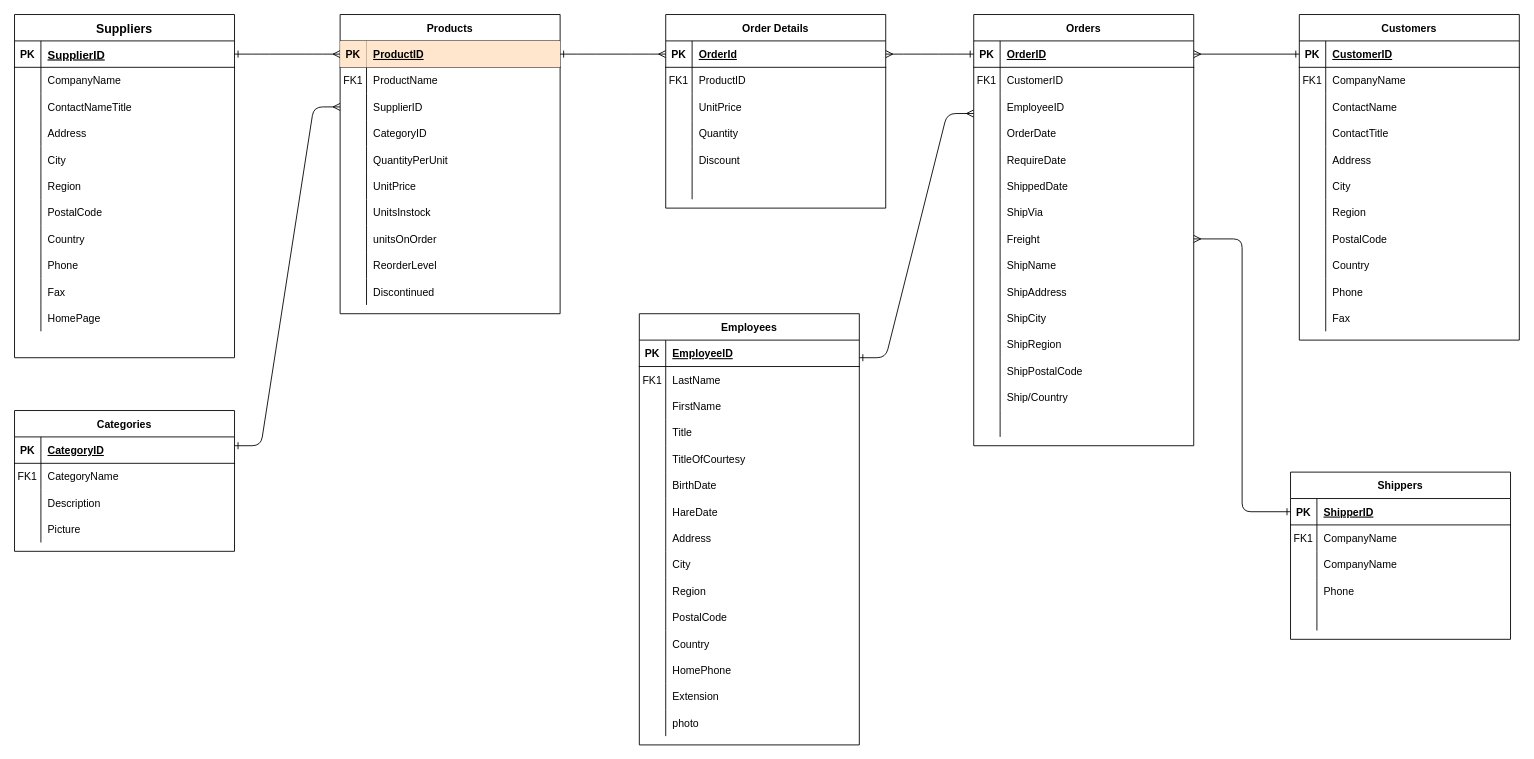
This is entity Diagram.drawio from nattapon62/ER_diagram, a draw.io file, before an edit. Source tidied: cells renumbered, new cells numbered last; positions are measured from the earlier drawing's top-left corner, leaving out a move shared by most shapes. Both pictures are drawn from the tidied source at 88%, with x=0, y=0 at pixel (14, 14).
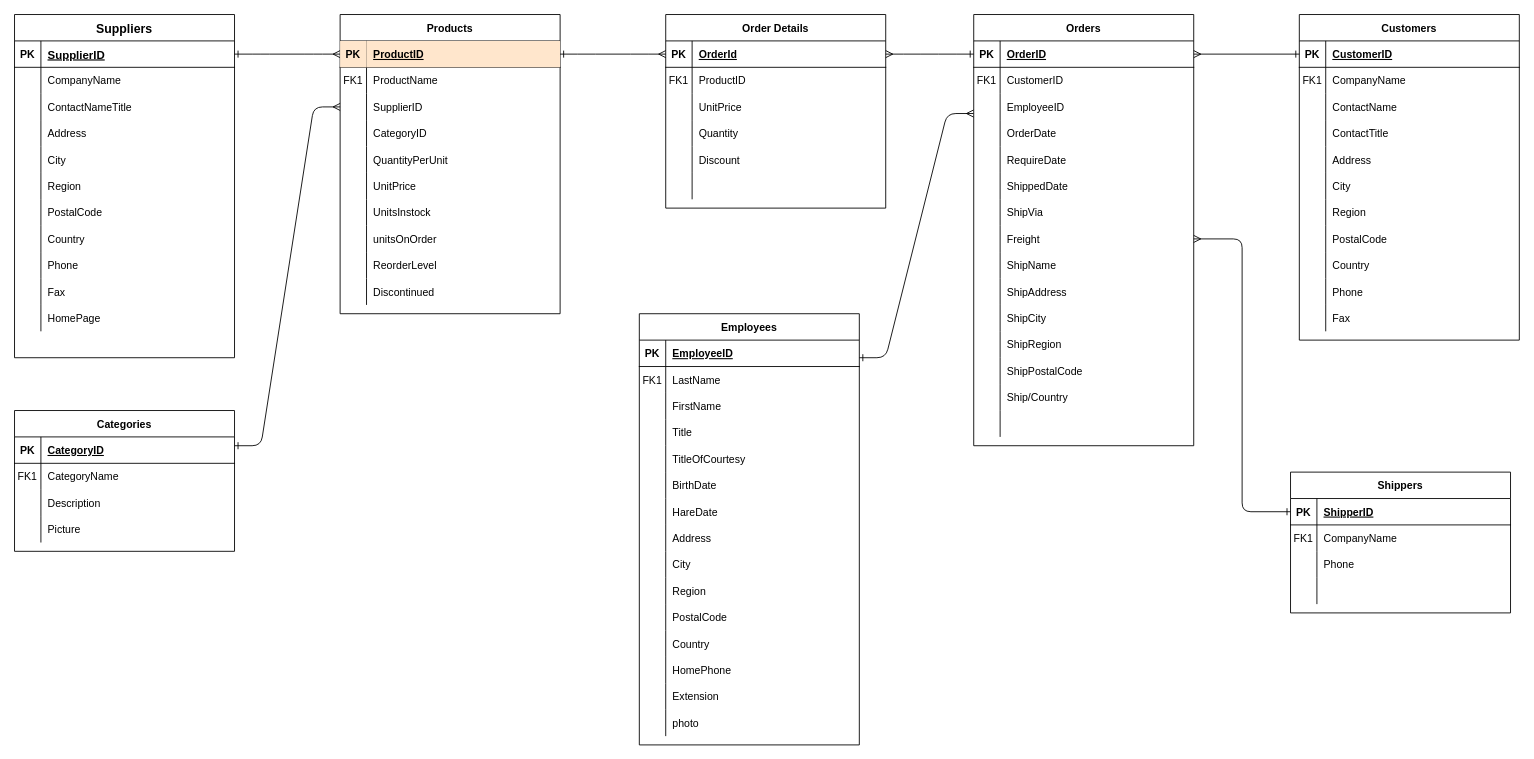
Above is the later version.

Diff of the diagram source:
```diff
@@
     <mxCell id="230" value="Shippers" style="shape=table;startSize=30;childLayout=tableLayout;rowLines=0;fontStyle=1;align=center;" parent="1" vertex="1">
-      <mxGeometry x="1450" y="520" width="250" height="190" as="geometry" />
+      <mxGeometry x="1450" y="520" width="250" height="160" as="geometry" />
     </mxCell>
@@
-    <mxCell id="237" style="shape=partialRectangle;fillColor=none;top=0;left=0;right=0;bottom=0;" parent="230" vertex="1">
-      <mxGeometry y="90" width="250" height="30" as="geometry" />
-    </mxCell>
-    <mxCell id="238" style="shape=partialRectangle;overflow=hidden;fillColor=none;top=0;left=0;bottom=0;right=0;" parent="237" vertex="1">
-      <mxGeometry width="30" height="30" as="geometry" />
-    </mxCell>
-    <mxCell id="239" value="CompanyName" style="shape=partialRectangle;overflow=hidden;fillColor=none;top=0;left=0;bottom=0;right=0;align=left;spacingLeft=6;" parent="237" vertex="1">
-      <mxGeometry x="30" width="220" height="30" as="geometry" />
-    </mxCell>
     <mxCell id="240" style="shape=partialRectangle;fillColor=none;top=0;left=0;right=0;bottom=0;" parent="230" vertex="1">
-      <mxGeometry y="120" width="250" height="30" as="geometry" />
+      <mxGeometry y="90" width="250" height="30" as="geometry" />
     </mxCell>
@@
     <mxCell id="243" style="shape=partialRectangle;fillColor=none;top=0;left=0;right=0;bottom=0;" parent="230" vertex="1">
-      <mxGeometry y="150" width="250" height="30" as="geometry" />
+      <mxGeometry y="120" width="250" height="30" as="geometry" />
     </mxCell>
```
